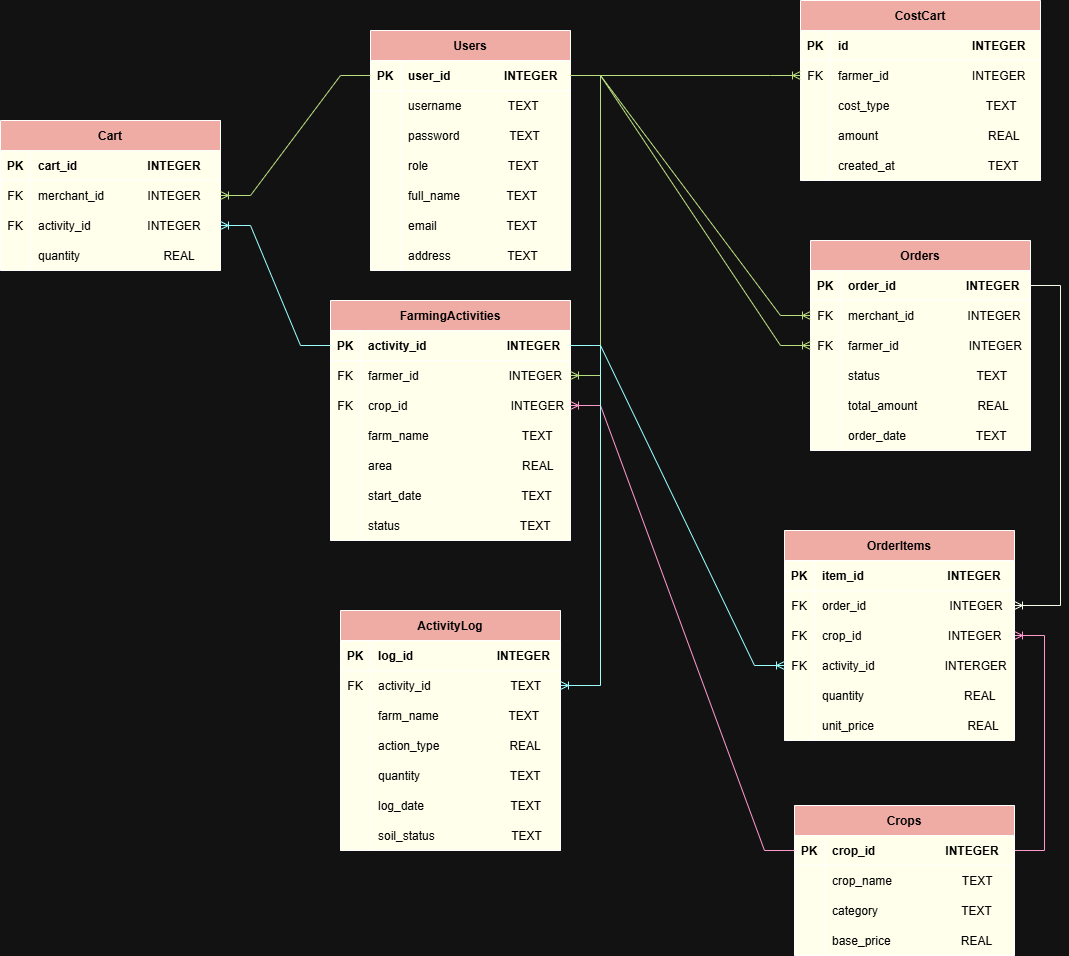
The draw.io diagram ERD/ERD.png in xuanthuy14022007-hub/KITHUATLAPTRINH, before a commit. Source tidied: cells renumbered, new cells last; positions are measured from the earlier drawing's top-left corner, leaving out a move shared by most shapes.
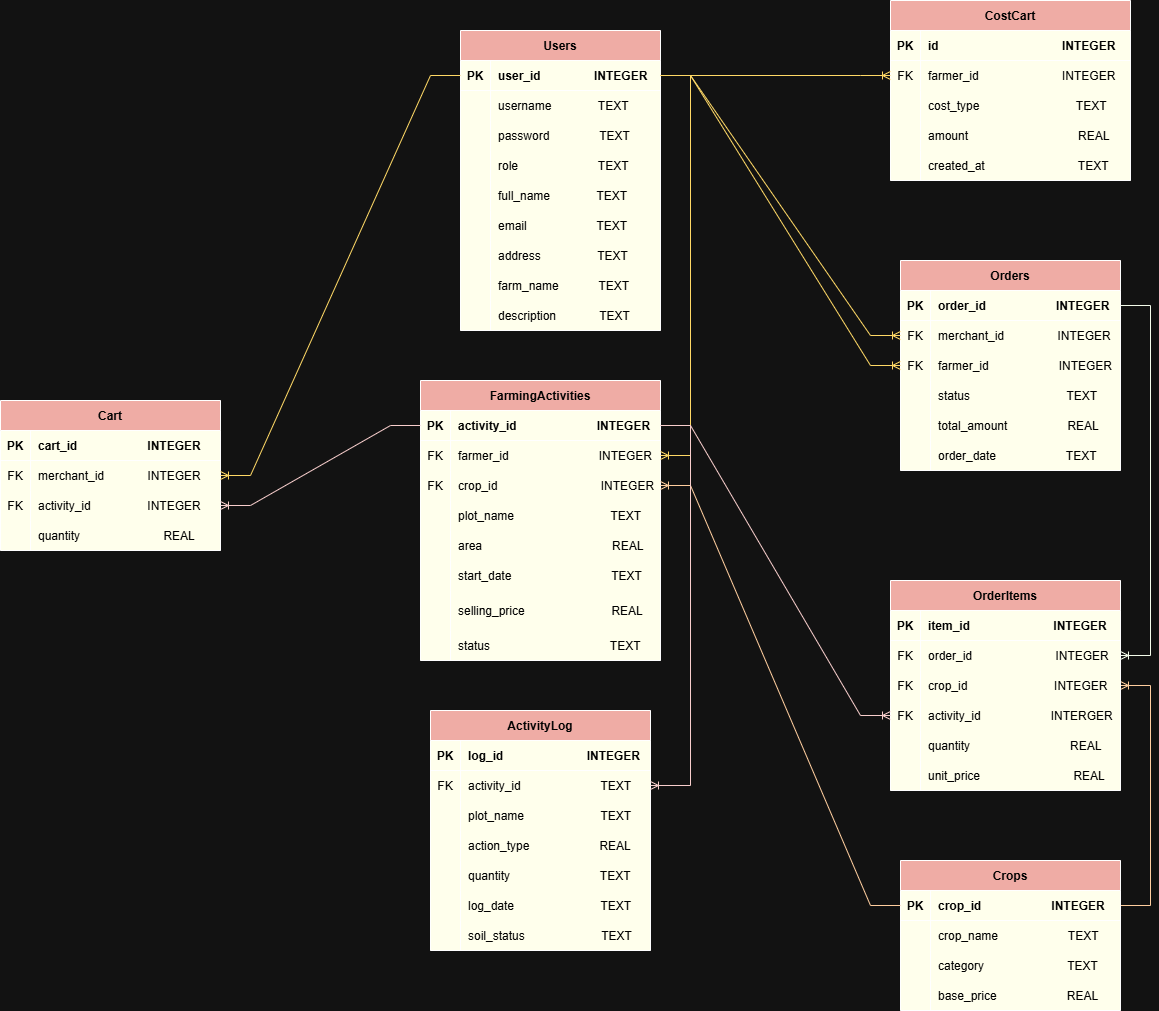
After the commit.

Change to the diagram source:
```diff
@@ -2,11 +2,11 @@
   <root>
     <mxCell id="0" />
     <mxCell id="1" parent="0" />
-    <mxCell id="2" style="edgeStyle=entityRelationEdgeStyle;fontSize=12;html=1;endArrow=ERoneToMany;rounded=0;fontColor=light-dark(#000000,#000000);strokeColor=light-dark(#000000,#FF99CC);" parent="1" edge="1" source="26" target="108">
+    <mxCell id="2" style="edgeStyle=entityRelationEdgeStyle;fontSize=12;html=1;endArrow=ERoneToMany;rounded=0;fontColor=light-dark(#000000,#000000);strokeColor=light-dark(#000000,#FFCE9F);" parent="1" edge="1" source="26" target="108">
       <mxGeometry relative="1" as="geometry" />
     </mxCell>
     <mxCell id="3" value="Users" style="shape=table;startSize=30;rowLines=0;fontStyle=1;align=center;fillColor=light-dark(#FFFFFF,#EFACA5);swimlaneFillColor=light-dark(#FFFFFF,#FFFFEC);fontColor=light-dark(#000000,#000000);" parent="1" vertex="1">
-      <mxGeometry x="370" y="30" width="200" height="240" as="geometry" />
+      <mxGeometry x="370" y="10" width="200" height="300" as="geometry" />
     </mxCell>
     <mxCell id="4" style="shape=tableRow;horizontal=0;startSize=0;swimlaneHead=0;swimlaneBody=0;fillColor=none;points=[[0,0.5],[1,0.5]];portConstraint=eastwest;strokeColor=inherit;top=0;left=0;right=0;bottom=1;swimlaneFillColor=light-dark(#FFFFFF,#FFFFEC);fontColor=light-dark(#000000,#000000);" parent="3" vertex="1">
       <mxGeometry y="30" width="200" height="30" as="geometry" />
@@ -71,8 +71,26 @@
     <mxCell id="24" value="address                 TEXT" style="shape=partialRectangle;overflow=hidden;fillColor=none;align=left;strokeColor=inherit;top=0;left=0;bottom=0;right=0;spacingLeft=6;swimlaneFillColor=light-dark(#FFFFFF,#FFFFEC);fontColor=light-dark(#000000,#000000);" parent="22" vertex="1">
       <mxGeometry x="30" width="170" height="30" as="geometry" />
     </mxCell>
+    <mxCell id="159" style="shape=tableRow;horizontal=0;startSize=0;swimlaneHead=0;swimlaneBody=0;fillColor=none;strokeColor=inherit;top=0;left=0;right=0;bottom=0;swimlaneFillColor=light-dark(#FFFFFF,#FFFFEC);fontColor=light-dark(#000000,#000000);" parent="3" vertex="1">
+      <mxGeometry y="240" width="200" height="30" as="geometry" />
+    </mxCell>
+    <mxCell id="160" style="shape=partialRectangle;overflow=hidden;fillColor=none;strokeColor=inherit;top=0;left=0;bottom=0;right=0;swimlaneFillColor=light-dark(#FFFFFF,#FFFFEC);fontColor=light-dark(#000000,#000000);" parent="159" vertex="1">
+      <mxGeometry width="30" height="30" as="geometry" />
+    </mxCell>
+    <mxCell id="161" value="farm_name            TEXT" style="shape=partialRectangle;overflow=hidden;fillColor=none;align=left;strokeColor=inherit;top=0;left=0;bottom=0;right=0;spacingLeft=6;swimlaneFillColor=light-dark(#FFFFFF,#FFFFEC);fontColor=light-dark(#000000,#000000);" parent="159" vertex="1">
+      <mxGeometry x="30" width="170" height="30" as="geometry" />
+    </mxCell>
+    <mxCell id="162" style="shape=tableRow;horizontal=0;startSize=0;swimlaneHead=0;swimlaneBody=0;fillColor=none;strokeColor=inherit;top=0;left=0;right=0;bottom=0;swimlaneFillColor=light-dark(#FFFFFF,#FFFFEC);fontColor=light-dark(#000000,#000000);" parent="3" vertex="1">
+      <mxGeometry y="270" width="200" height="30" as="geometry" />
+    </mxCell>
+    <mxCell id="163" style="shape=partialRectangle;overflow=hidden;fillColor=none;strokeColor=inherit;top=0;left=0;bottom=0;right=0;swimlaneFillColor=light-dark(#FFFFFF,#FFFFEC);fontColor=light-dark(#000000,#000000);" parent="162" vertex="1">
+      <mxGeometry width="30" height="30" as="geometry" />
+    </mxCell>
+    <mxCell id="164" value="description             TEXT" style="shape=partialRectangle;overflow=hidden;fillColor=none;align=left;strokeColor=inherit;top=0;left=0;bottom=0;right=0;spacingLeft=6;swimlaneFillColor=light-dark(#FFFFFF,#FFFFEC);fontColor=light-dark(#000000,#000000);" parent="162" vertex="1">
+      <mxGeometry x="30" width="170" height="30" as="geometry" />
+    </mxCell>
     <mxCell id="25" value="Crops" style="shape=table;startSize=30;rowLines=0;fontStyle=1;align=center;fontColor=light-dark(#000000,#000000);fillColor=light-dark(#FFFFFF,#EFACA5);swimlaneFillColor=light-dark(#FFFFFF,#FFFFEC);" parent="1" vertex="1">
-      <mxGeometry x="794" y="805" width="220" height="150" as="geometry" />
+      <mxGeometry x="810" y="840" width="220" height="150" as="geometry" />
     </mxCell>
     <mxCell id="26" style="shape=tableRow;horizontal=0;startSize=0;swimlaneHead=0;swimlaneBody=0;fillColor=none;points=[[0,0.5],[1,0.5]];portConstraint=eastwest;strokeColor=inherit;top=0;left=0;right=0;bottom=1;fontColor=light-dark(#000000,#000000);" parent="25" vertex="1">
       <mxGeometry y="30" width="220" height="30" as="geometry" />
@@ -111,7 +129,7 @@
       <mxGeometry x="30" width="190" height="30" as="geometry" />
     </mxCell>
     <mxCell id="38" value="FarmingActivities" style="shape=table;startSize=30;rowLines=0;fontStyle=1;align=center;fontColor=light-dark(#000000,#000000);fillColor=light-dark(#FFFFFF,#EFACA5);swimlaneFillColor=light-dark(#FFFFFF,#FFFFEC);" parent="1" vertex="1">
-      <mxGeometry x="330" y="300" width="240" height="240" as="geometry" />
+      <mxGeometry x="330" y="360" width="240" height="280" as="geometry" />
     </mxCell>
     <mxCell id="39" style="shape=tableRow;horizontal=0;startSize=0;swimlaneHead=0;swimlaneBody=0;fillColor=none;points=[[0,0.5],[1,0.5]];portConstraint=eastwest;strokeColor=inherit;top=0;left=0;right=0;bottom=1;fontColor=light-dark(#000000,#000000);" parent="38" vertex="1">
       <mxGeometry y="30" width="240" height="30" as="geometry" />
@@ -146,7 +164,7 @@
     <mxCell id="49" style="shape=partialRectangle;overflow=hidden;fillColor=none;strokeColor=inherit;top=0;left=0;bottom=0;right=0;fontColor=light-dark(#000000,#000000);" parent="48" vertex="1">
       <mxGeometry width="30" height="30" as="geometry" />
     </mxCell>
-    <mxCell id="50" value="farm_name                            TEXT" style="shape=partialRectangle;overflow=hidden;fillColor=none;align=left;strokeColor=inherit;top=0;left=0;bottom=0;right=0;spacingLeft=6;fontColor=light-dark(#000000,#000000);" parent="48" vertex="1">
+    <mxCell id="50" value="plot_name                             TEXT" style="shape=partialRectangle;overflow=hidden;fillColor=none;align=left;strokeColor=inherit;top=0;left=0;bottom=0;right=0;spacingLeft=6;fontColor=light-dark(#000000,#000000);" parent="48" vertex="1">
       <mxGeometry x="30" width="210" height="30" as="geometry" />
     </mxCell>
     <mxCell id="51" style="shape=tableRow;horizontal=0;startSize=0;swimlaneHead=0;swimlaneBody=0;fillColor=none;strokeColor=inherit;top=0;left=0;right=0;bottom=0;fontColor=light-dark(#000000,#000000);" parent="38" vertex="1">
@@ -168,16 +186,25 @@
       <mxGeometry x="30" width="210" height="30" as="geometry" />
     </mxCell>
     <mxCell id="57" style="shape=tableRow;horizontal=0;startSize=0;swimlaneHead=0;swimlaneBody=0;fillColor=none;strokeColor=inherit;top=0;left=0;right=0;bottom=0;fontColor=light-dark(#000000,#000000);" parent="38" vertex="1">
-      <mxGeometry y="210" width="240" height="30" as="geometry" />
+      <mxGeometry y="210" width="240" height="40" as="geometry" />
     </mxCell>
     <mxCell id="58" style="shape=partialRectangle;overflow=hidden;fillColor=none;strokeColor=inherit;top=0;left=0;bottom=0;right=0;fontColor=light-dark(#000000,#000000);" parent="57" vertex="1">
-      <mxGeometry width="30" height="30" as="geometry" />
+      <mxGeometry width="30" height="40" as="geometry" />
     </mxCell>
-    <mxCell id="59" value="status                                    TEXT" style="shape=partialRectangle;overflow=hidden;fillColor=none;align=left;strokeColor=inherit;top=0;left=0;bottom=0;right=0;spacingLeft=6;fontColor=light-dark(#000000,#000000);" parent="57" vertex="1">
-      <mxGeometry x="30" width="210" height="30" as="geometry" />
+    <mxCell id="59" value="selling_price                          REAL" style="shape=partialRectangle;overflow=hidden;fillColor=none;align=left;strokeColor=inherit;top=0;left=0;bottom=0;right=0;spacingLeft=6;fontColor=light-dark(#000000,#000000);" parent="57" vertex="1">
+      <mxGeometry x="30" width="210" height="40" as="geometry" />
     </mxCell>
+    <mxCell id="165" style="shape=tableRow;horizontal=0;startSize=0;swimlaneHead=0;swimlaneBody=0;fillColor=none;strokeColor=inherit;top=0;left=0;right=0;bottom=0;fontColor=light-dark(#000000,#000000);" parent="38" vertex="1">
+      <mxGeometry y="250" width="240" height="30" as="geometry" />
+    </mxCell>
+    <mxCell id="166" style="shape=partialRectangle;overflow=hidden;fillColor=none;strokeColor=inherit;top=0;left=0;bottom=0;right=0;fontColor=light-dark(#000000,#000000);" parent="165" vertex="1">
+      <mxGeometry width="30" height="30" as="geometry" />
+    </mxCell>
+    <mxCell id="167" value="status                                    TEXT" style="shape=partialRectangle;overflow=hidden;fillColor=none;align=left;strokeColor=inherit;top=0;left=0;bottom=0;right=0;spacingLeft=6;fontColor=light-dark(#000000,#000000);" parent="165" vertex="1">
+      <mxGeometry x="30" width="210" height="30" as="geometry" />
+    </mxCell>
     <mxCell id="60" value="ActivityLog" style="shape=table;startSize=30;rowLines=0;fontStyle=1;align=center;fontColor=light-dark(#000000,#000000);fillColor=light-dark(#FFFFFF,#EFACA5);swimlaneFillColor=light-dark(#FFFFFF,#FFFFEC);" parent="1" vertex="1">
-      <mxGeometry x="340" y="610" width="220" height="240" as="geometry" />
+      <mxGeometry x="340" y="690" width="220" height="240" as="geometry" />
     </mxCell>
     <mxCell id="61" style="shape=tableRow;horizontal=0;startSize=0;swimlaneHead=0;swimlaneBody=0;fillColor=none;strokeColor=inherit;top=0;left=0;right=0;bottom=1;fontColor=light-dark(#000000,#000000);" parent="60" vertex="1">
       <mxGeometry y="30" width="220" height="30" as="geometry" />
@@ -203,7 +230,7 @@
     <mxCell id="68" style="shape=partialRectangle;overflow=hidden;fillColor=none;strokeColor=inherit;top=0;left=0;bottom=0;right=0;fontColor=light-dark(#000000,#000000);" parent="67" vertex="1">
       <mxGeometry width="30" height="30" as="geometry" />
     </mxCell>
-    <mxCell id="69" value="farm_name                     TEXT" style="shape=partialRectangle;overflow=hidden;fillColor=none;align=left;strokeColor=inherit;top=0;left=0;bottom=0;right=0;spacingLeft=6;fontColor=light-dark(#000000,#000000);" parent="67" vertex="1">
+    <mxCell id="69" value="plot_name                       TEXT" style="shape=partialRectangle;overflow=hidden;fillColor=none;align=left;strokeColor=inherit;top=0;left=0;bottom=0;right=0;spacingLeft=6;fontColor=light-dark(#000000,#000000);" parent="67" vertex="1">
       <mxGeometry x="30" width="190" height="30" as="geometry" />
     </mxCell>
     <mxCell id="70" style="shape=tableRow;horizontal=0;startSize=0;swimlaneHead=0;swimlaneBody=0;fillColor=none;strokeColor=inherit;top=0;left=0;right=0;bottom=0;fontColor=light-dark(#000000,#000000);" parent="60" vertex="1">
@@ -300,7 +327,7 @@
       <mxGeometry x="30" width="190" height="30" as="geometry" />
     </mxCell>
     <mxCell id="101" value="OrderItems" style="shape=table;startSize=30;rowLines=0;fontStyle=1;align=center;fontColor=light-dark(#000000,#000000);fillColor=light-dark(#FFFFFF,#EFACA5);swimlaneFillColor=light-dark(#FFFFFF,#FFFFEC);" parent="1" vertex="1">
-      <mxGeometry x="784" y="530" width="230" height="210" as="geometry" />
+      <mxGeometry x="800" y="560" width="230" height="210" as="geometry" />
     </mxCell>
     <mxCell id="102" style="shape=tableRow;horizontal=0;startSize=0;swimlaneHead=0;swimlaneBody=0;fillColor=none;strokeColor=inherit;top=0;left=0;right=0;bottom=1;fontColor=light-dark(#000000,#000000);" parent="101" vertex="1">
       <mxGeometry y="30" width="230" height="30" as="geometry" />
@@ -357,7 +384,7 @@
       <mxGeometry x="30" width="200" height="30" as="geometry" />
     </mxCell>
     <mxCell id="120" value="Cart" style="shape=table;startSize=30;rowLines=0;fontStyle=1;align=center;fontColor=light-dark(#000000,#000000);fillColor=light-dark(#FFFFFF,#EFACA5);swimlaneFillColor=light-dark(#FFFFFF,#FFFFEC);" parent="1" vertex="1">
-      <mxGeometry y="120" width="220" height="150" as="geometry" />
+      <mxGeometry x="-90" y="380" width="220" height="150" as="geometry" />
     </mxCell>
     <mxCell id="121" style="shape=tableRow;horizontal=0;startSize=0;swimlaneHead=0;swimlaneBody=0;fillColor=none;strokeColor=inherit;top=0;left=0;right=0;bottom=1;fontColor=light-dark(#000000,#000000);" parent="120" vertex="1">
       <mxGeometry y="30" width="220" height="30" as="geometry" />
@@ -395,11 +422,11 @@
     <mxCell id="132" value="quantity                         REAL" style="shape=partialRectangle;overflow=hidden;fillColor=none;align=left;strokeColor=inherit;top=0;left=0;bottom=0;right=0;spacingLeft=6;fontColor=light-dark(#000000,#000000);" parent="130" vertex="1">
       <mxGeometry x="30" width="190" height="30" as="geometry" />
     </mxCell>
-    <mxCell id="133" style="edgeStyle=entityRelationEdgeStyle;fontSize=12;html=1;endArrow=ERoneToMany;rounded=0;fontColor=light-dark(#000000,#000000);strokeColor=light-dark(#000000,#BADD7F);" parent="1" edge="1" source="4" target="42">
+    <mxCell id="133" style="edgeStyle=entityRelationEdgeStyle;fontSize=12;html=1;endArrow=ERoneToMany;rounded=0;fontColor=light-dark(#000000,#000000);strokeColor=light-dark(#000000,#FFD966);" parent="1" edge="1" source="4" target="42">
       <mxGeometry relative="1" as="geometry" />
     </mxCell>
     <mxCell id="134" value="CostCart" style="shape=table;startSize=30;rowLines=0;fontStyle=1;align=center;fontColor=light-dark(#000000,#000000);fillColor=light-dark(#FFFFFF,#EFACA5);swimlaneFillColor=light-dark(#FFFFFF,#FFFFEC);" parent="1" vertex="1">
-      <mxGeometry x="800" width="240" height="180" as="geometry" />
+      <mxGeometry x="800" y="-20" width="240" height="180" as="geometry" />
     </mxCell>
     <mxCell id="135" style="shape=tableRow;horizontal=0;startSize=0;swimlaneHead=0;swimlaneBody=0;fillColor=none;strokeColor=inherit;top=0;left=0;right=0;bottom=1;fontColor=light-dark(#000000,#000000);" parent="134" vertex="1">
       <mxGeometry y="30" width="240" height="30" as="geometry" />
@@ -446,31 +473,31 @@
     <mxCell id="149" value="created_at                            TEXT " style="shape=partialRectangle;overflow=hidden;fillColor=none;align=left;strokeColor=inherit;top=0;left=0;bottom=0;right=0;spacingLeft=6;fontColor=light-dark(#000000,#000000);" parent="147" vertex="1">
       <mxGeometry x="30" width="210" height="30" as="geometry" />
     </mxCell>
-    <mxCell id="150" style="edgeStyle=entityRelationEdgeStyle;fontSize=12;html=1;endArrow=ERoneToMany;rounded=0;fontColor=light-dark(#000000,#000000);strokeColor=light-dark(#000000,#FF99CC);" parent="1" edge="1" source="26" target="45">
+    <mxCell id="150" style="edgeStyle=entityRelationEdgeStyle;fontSize=12;html=1;endArrow=ERoneToMany;rounded=0;fontColor=light-dark(#000000,#000000);strokeColor=light-dark(#000000,#FFCE9F);" parent="1" edge="1" source="26" target="45">
       <mxGeometry relative="1" as="geometry" />
     </mxCell>
-    <mxCell id="151" style="edgeStyle=entityRelationEdgeStyle;fontSize=12;html=1;endArrow=ERoneToMany;rounded=0;strokeColor=light-dark(#000000,#99FFFF);fontColor=light-dark(#000000,#000000);" parent="1" edge="1" source="39" target="64">
+    <mxCell id="151" style="edgeStyle=entityRelationEdgeStyle;fontSize=12;html=1;endArrow=ERoneToMany;rounded=0;strokeColor=light-dark(#000000,#F8CECC);fontColor=light-dark(#000000,#000000);" parent="1" edge="1" source="39" target="64">
       <mxGeometry relative="1" as="geometry" />
     </mxCell>
     <mxCell id="152" style="edgeStyle=entityRelationEdgeStyle;fontSize=12;html=1;endArrow=ERoneToMany;rounded=0;fontColor=light-dark(#000000,#000000);strokeColor=light-dark(#000000,#F4FCEA);" parent="1" edge="1" source="83" target="105">
       <mxGeometry relative="1" as="geometry" />
     </mxCell>
-    <mxCell id="153" style="edgeStyle=entityRelationEdgeStyle;fontSize=12;html=1;endArrow=ERoneToMany;rounded=0;fontColor=light-dark(#000000,#000000);strokeColor=light-dark(#000000,#BADD7F);" parent="1" edge="1" source="4" target="86">
+    <mxCell id="153" style="edgeStyle=entityRelationEdgeStyle;fontSize=12;html=1;endArrow=ERoneToMany;rounded=0;fontColor=light-dark(#000000,#000000);strokeColor=light-dark(#000000,#FFD966);" parent="1" edge="1" source="4" target="86">
       <mxGeometry relative="1" as="geometry" />
     </mxCell>
-    <mxCell id="154" style="edgeStyle=entityRelationEdgeStyle;fontSize=12;html=1;endArrow=ERoneToMany;rounded=0;fontColor=light-dark(#000000,#000000);strokeColor=light-dark(#000000,#99FFFF);" parent="1" edge="1" source="39" target="127">
+    <mxCell id="154" style="edgeStyle=entityRelationEdgeStyle;fontSize=12;html=1;endArrow=ERoneToMany;rounded=0;fontColor=light-dark(#000000,#000000);strokeColor=light-dark(#000000,#F8CECC);" parent="1" edge="1" source="39" target="127">
       <mxGeometry relative="1" as="geometry" />
     </mxCell>
-    <mxCell id="155" style="edgeStyle=entityRelationEdgeStyle;fontSize=12;html=1;endArrow=ERoneToMany;rounded=0;fontColor=light-dark(#000000,#000000);strokeColor=light-dark(#000000,#BADD7F);" parent="1" edge="1" source="4" target="124">
+    <mxCell id="155" style="edgeStyle=entityRelationEdgeStyle;fontSize=12;html=1;endArrow=ERoneToMany;rounded=0;fontColor=light-dark(#000000,#000000);strokeColor=light-dark(#000000,#FFD966);" parent="1" edge="1" source="4" target="124">
       <mxGeometry relative="1" as="geometry" />
     </mxCell>
-    <mxCell id="156" style="edgeStyle=entityRelationEdgeStyle;fontSize=12;html=1;endArrow=ERoneToMany;rounded=0;fontColor=light-dark(#000000,#000000);strokeColor=light-dark(#000000,#BADD7F);" parent="1" edge="1" source="4" target="89">
+    <mxCell id="156" style="edgeStyle=entityRelationEdgeStyle;fontSize=12;html=1;endArrow=ERoneToMany;rounded=0;fontColor=light-dark(#000000,#000000);strokeColor=light-dark(#000000,#FFD966);" parent="1" edge="1" source="4" target="89">
       <mxGeometry relative="1" as="geometry" />
     </mxCell>
-    <mxCell id="157" style="edgeStyle=entityRelationEdgeStyle;fontSize=12;html=1;endArrow=ERoneToMany;rounded=0;fontColor=light-dark(#000000,#000000);strokeColor=light-dark(#000000,#BADD7F);" parent="1" edge="1" source="4" target="138">
+    <mxCell id="157" style="edgeStyle=entityRelationEdgeStyle;fontSize=12;html=1;endArrow=ERoneToMany;rounded=0;fontColor=light-dark(#000000,#000000);strokeColor=light-dark(#000000,#FFD966);" parent="1" edge="1" source="4" target="138">
       <mxGeometry relative="1" as="geometry" />
     </mxCell>
-    <mxCell id="158" style="edgeStyle=entityRelationEdgeStyle;fontSize=12;html=1;endArrow=ERoneToMany;rounded=0;strokeColor=light-dark(#000000,#99FFFF);fontColor=light-dark(#000000,#000000);" parent="1" edge="1" source="39" target="111">
+    <mxCell id="158" style="edgeStyle=entityRelationEdgeStyle;fontSize=12;html=1;endArrow=ERoneToMany;rounded=0;strokeColor=light-dark(#000000,#F8CECC);fontColor=light-dark(#000000,#000000);" parent="1" edge="1" source="39" target="111">
       <mxGeometry relative="1" as="geometry" />
     </mxCell>
   </root>
```
